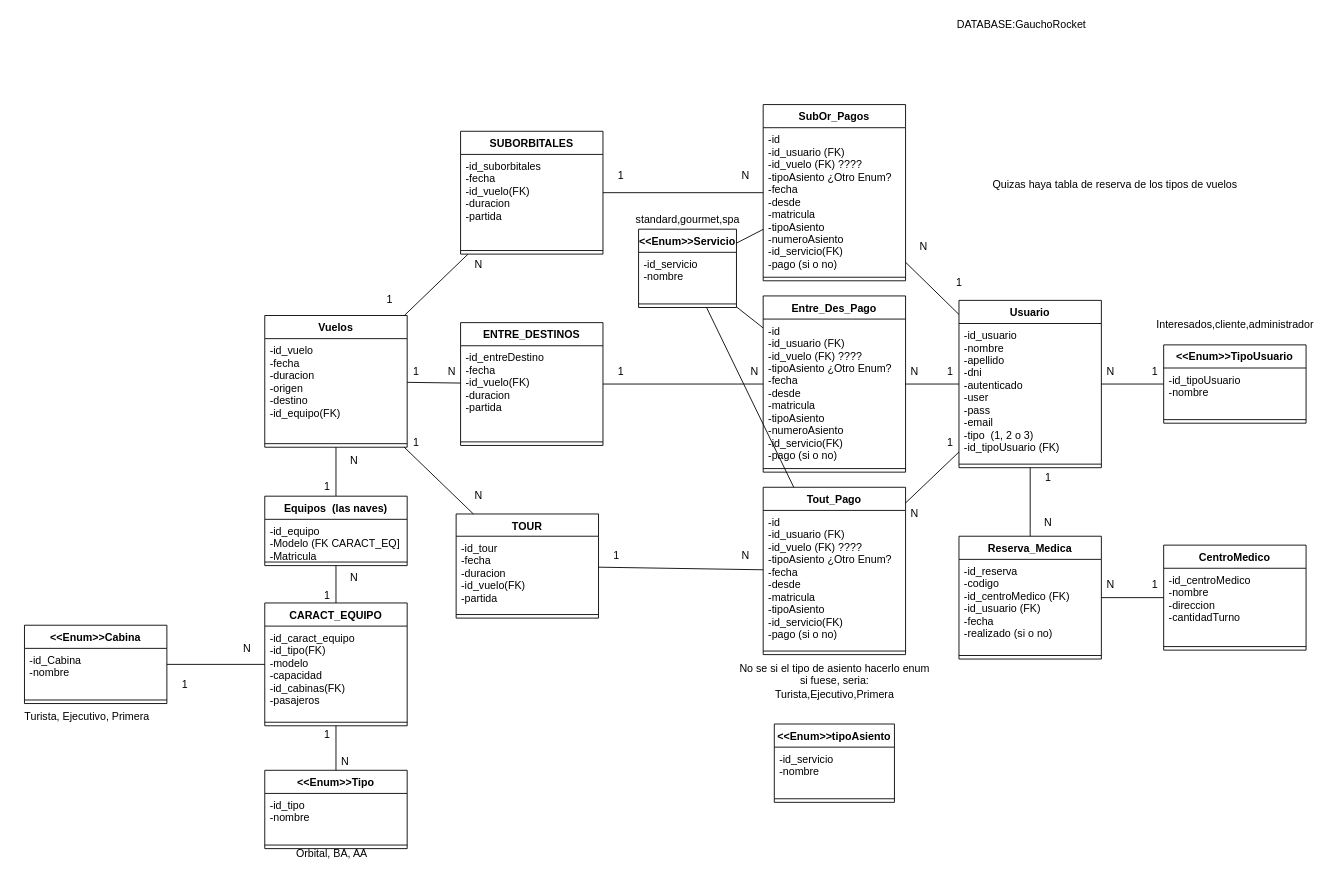
Before: config/Gucho.drawio in JulietaLuciaDe/gaucho, a draw.io diagram. Source tidied: cells renumbered, new cells numbered last; positions are measured from the earlier drawing's top-left corner, leaving out a move shared by most shapes. Both pictures are drawn from the tidied source at 89%, with x=0, y=0 at pixel (15, 15).
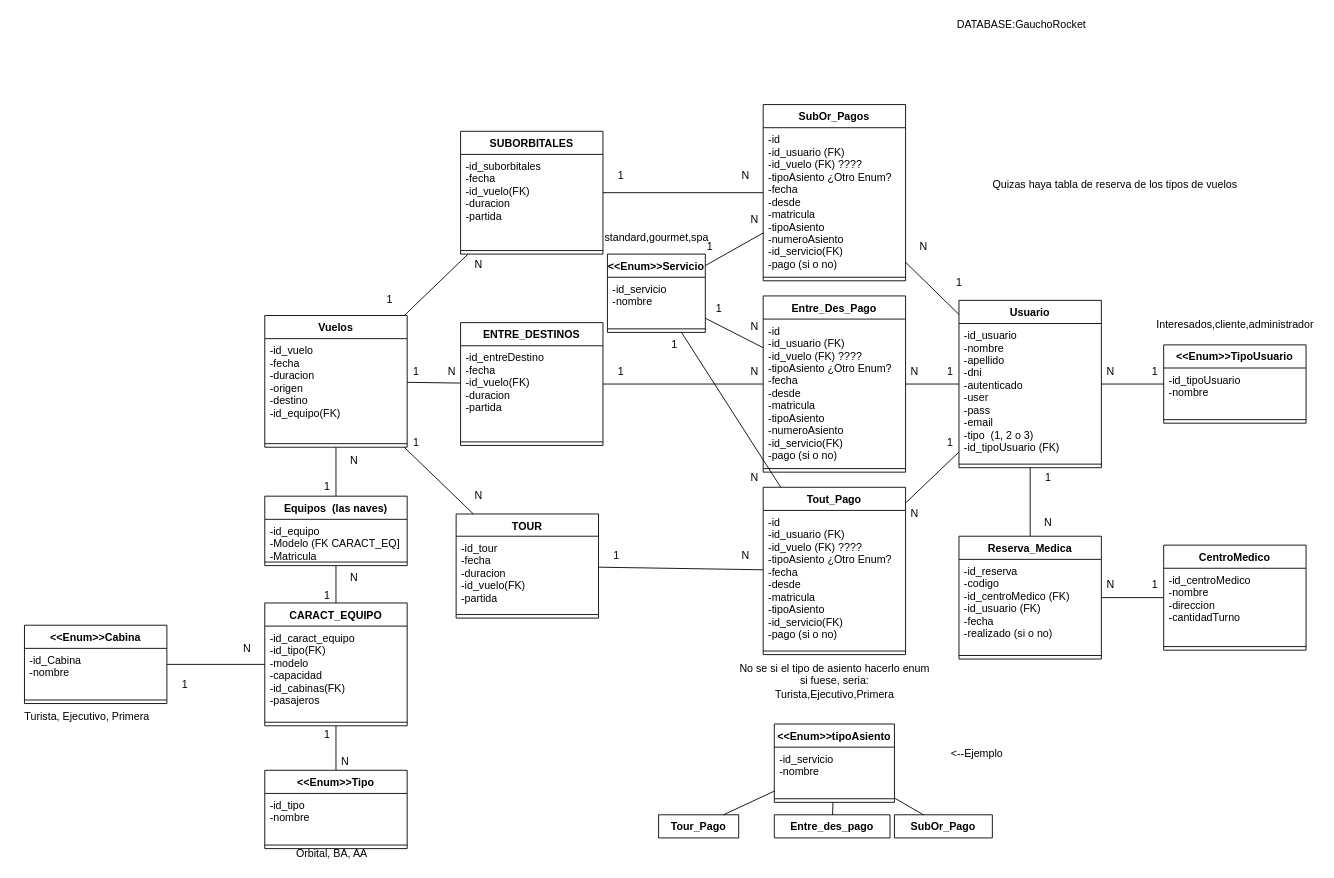
The same page after the edit.

Commit message:
Modificaciones en el diagrama con sus tablas

The change refers to these unchanged cells:
```xml
<mxCell id="97" value="&lt;&lt;Enum&gt;&gt;tipoAsiento" style="swimlane;fontStyle=1;align=center;verticalAlign=top;horizontal=1;startSize=26;" parent="1" vertex="1">
  <mxGeometry x="852.5" y="796" width="135" height="88" as="geometry" />
</mxCell>
```

Diff of the diagram source:
```diff
@@
     <mxCell id="45" value="&lt;&lt;Enum&gt;&gt;Servicio" style="swimlane;fontStyle=1;align=center;verticalAlign=top;horizontal=1;startSize=26;" parent="1" vertex="1">
-      <mxGeometry x="700" y="240" width="110" height="88" as="geometry" />
+      <mxGeometry x="665" y="268" width="110" height="88" as="geometry" />
     </mxCell>
@@
     <mxCell id="75" value="standard,gourmet,spa" style="text;html=1;align=center;verticalAlign=middle;strokeColor=none;fillColor=none;hachureGap=4;" parent="1" vertex="1">
-      <mxGeometry x="690" y="220" width="130" height="20" as="geometry" />
+      <mxGeometry x="655" y="240" width="130" height="20" as="geometry" />
     </mxCell>
@@
+    <mxCell id="112" value="N" style="text;html=1;align=center;verticalAlign=middle;strokeColor=none;fillColor=none;" parent="1" vertex="1">
+      <mxGeometry x="820" y="510" width="20" height="20" as="geometry" />
+    </mxCell>
+    <mxCell id="113" value="1" style="text;html=1;align=center;verticalAlign=middle;strokeColor=none;fillColor=none;" parent="1" vertex="1">
+      <mxGeometry x="730" y="360" width="20" height="20" as="geometry" />
+    </mxCell>
+    <mxCell id="114" value="N" style="text;html=1;align=center;verticalAlign=middle;strokeColor=none;fillColor=none;" parent="1" vertex="1">
+      <mxGeometry x="820" y="340" width="20" height="20" as="geometry" />
+    </mxCell>
+    <mxCell id="115" value="1" style="text;html=1;align=center;verticalAlign=middle;strokeColor=none;fillColor=none;" parent="1" vertex="1">
+      <mxGeometry x="780" y="320" width="20" height="20" as="geometry" />
+    </mxCell>
+    <mxCell id="116" value="1" style="text;html=1;align=center;verticalAlign=middle;strokeColor=none;fillColor=none;" parent="1" vertex="1">
+      <mxGeometry x="770" y="250" width="20" height="20" as="geometry" />
+    </mxCell>
+    <mxCell id="117" value="N" style="text;html=1;align=center;verticalAlign=middle;strokeColor=none;fillColor=none;" parent="1" vertex="1">
+      <mxGeometry x="820" y="220" width="20" height="20" as="geometry" />
+    </mxCell>
+    <mxCell id="118" value="Tour_Pago" style="swimlane;fontStyle=1;align=center;verticalAlign=top;horizontal=1;startSize=26;" parent="1" vertex="1" collapsed="1">
+      <mxGeometry x="722.5" y="898" width="90" height="26" as="geometry" />
+    </mxCell>
+    <mxCell id="119" value="SubOr_Pago" style="swimlane;fontStyle=1;align=center;verticalAlign=top;horizontal=1;startSize=26;" parent="1" vertex="1" collapsed="1">
+      <mxGeometry x="987.5" y="898" width="110" height="26" as="geometry" />
+    </mxCell>
+    <mxCell id="120" value="Entre_des_pago" style="swimlane;fontStyle=1;align=center;verticalAlign=top;horizontal=1;startSize=26;" parent="1" vertex="1" collapsed="1">
+      <mxGeometry x="852.5" y="898" width="130" height="26" as="geometry" />
+    </mxCell>
+    <mxCell id="121" style="endArrow=none;html=1;rounded=0;" parent="1" edge="1" source="118" target="97">
+      <mxGeometry relative="1" as="geometry" />
+    </mxCell>
+    <mxCell id="122" style="endArrow=none;html=1;rounded=0;" parent="1" edge="1" source="120" target="97">
+      <mxGeometry relative="1" as="geometry" />
+    </mxCell>
+    <mxCell id="123" style="endArrow=none;html=1;rounded=0;" parent="1" edge="1" source="119" target="97">
+      <mxGeometry relative="1" as="geometry" />
+    </mxCell>
+    <mxCell id="124" value="&amp;lt;--Ejemplo" style="text;html=1;align=center;verticalAlign=middle;strokeColor=none;fillColor=none;" parent="1" vertex="1">
+      <mxGeometry x="1045" y="820" width="70" height="20" as="geometry" />
+    </mxCell>
```
